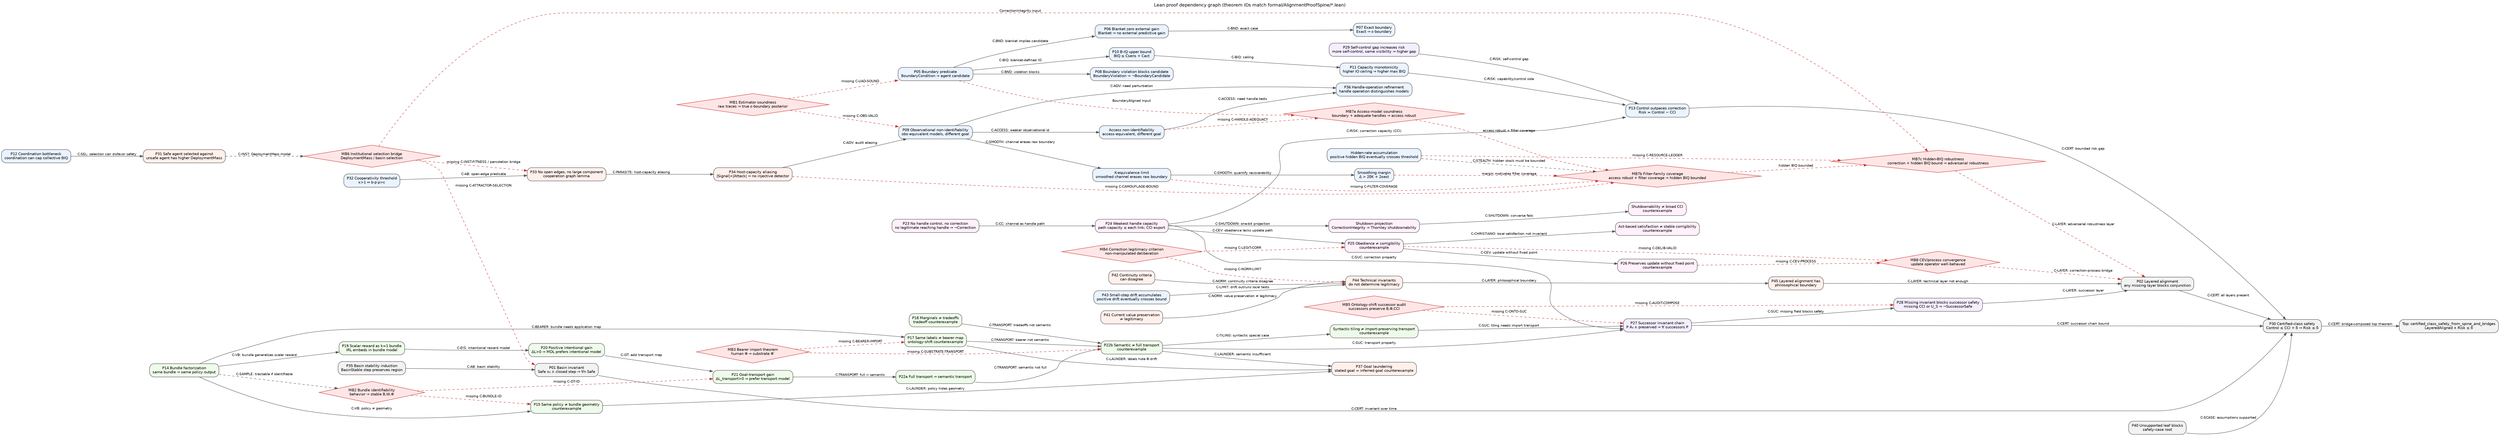
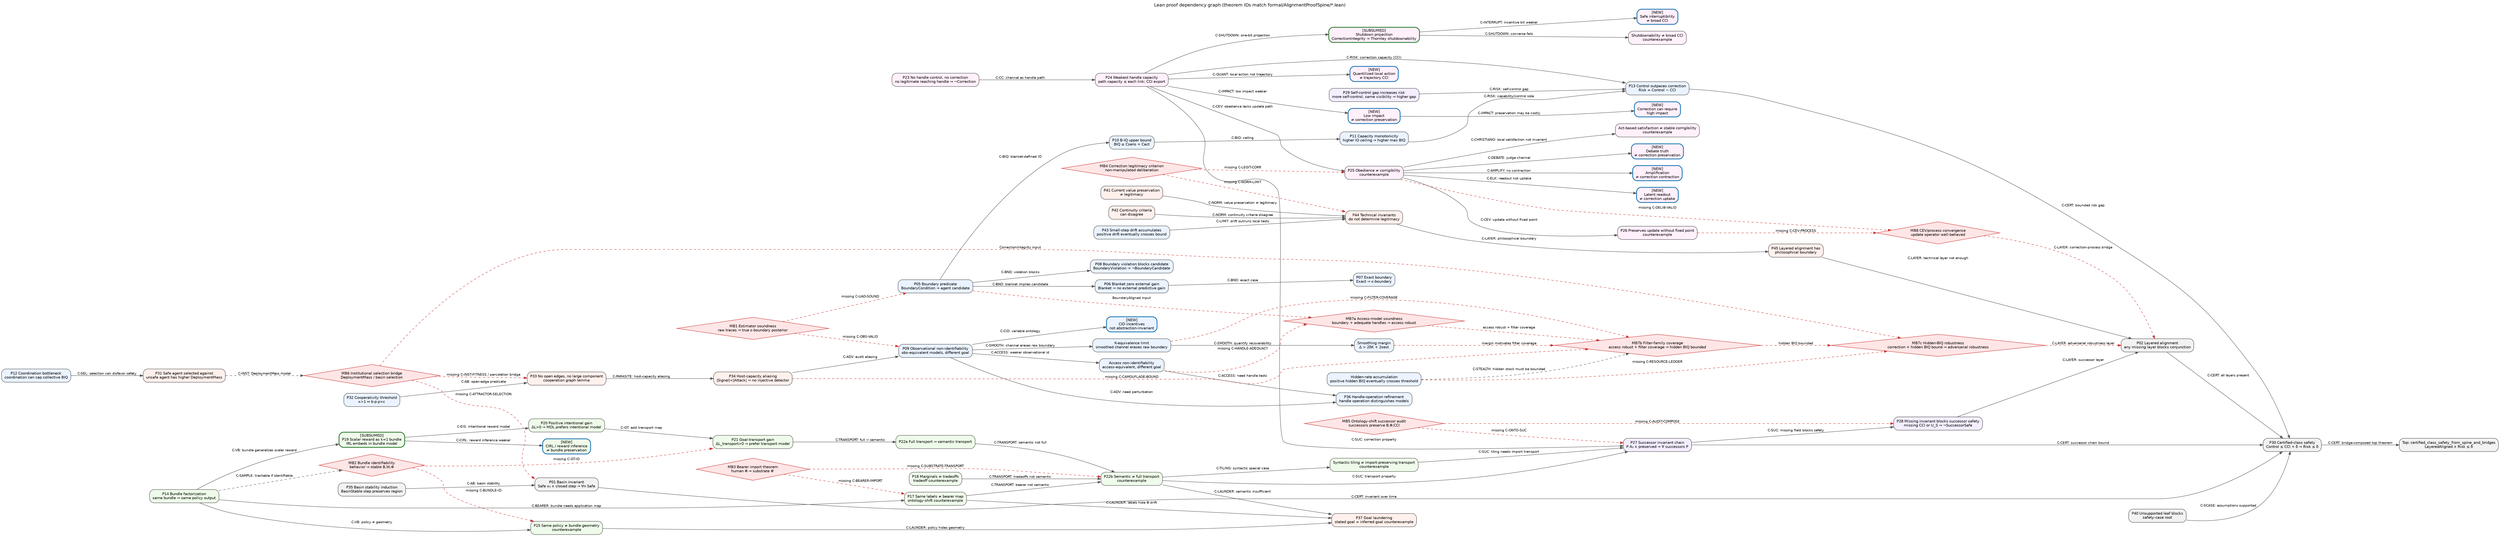
digraph LeanProofDependencies {
  graph [
    rankdir=LR,
    bgcolor="white",
    compound=false,
    splines=true,
    overlap=false,
    fontsize=12,
    fontname="Helvetica",
    label="Lean proof dependency graph (theorem IDs match formal/AlignmentProofSpine/*.lean)",
    labelloc="t"
  ];

  node [shape=box, style="rounded,filled", fontname="Helvetica", fontsize=10, color="#444444", fillcolor="#F8F8F8"];
  edge [fontname="Helvetica", fontsize=9, color="#555555", arrowsize=0.8];

  // Boundaries (ch6–7, 10, 36)
  P05 [label="P05 Boundary predicate\nBoundaryCondition ⇒ agent candidate", fillcolor="#EAF3FF"];
  P06 [label="P06 Blanket zero external gain\nBlanket ⇒ no external predictive gain", fillcolor="#EAF3FF"];
  P07 [label="P07 Exact boundary\nExact ⇒ ε-boundary", fillcolor="#EAF3FF"];
  P08 [label="P08 Boundary violation blocks candidate\nBoundaryViolation ⇒ ¬BoundaryCandidate", fillcolor="#EAF3FF"];
  P09 [label="P09 Observational non-identifiability\nobs-equivalent models, different goal", fillcolor="#EAF3FF"];
  P09A [label="Access non-identifiability\naccess-equivalent, different goal", fillcolor="#EAF3FF"];
+   PCID [label="[NEW]\nCID incentives\nnot abstraction-invariant", fillcolor="#EAF3FF", color="#1F77B4", penwidth=2.2];
  P09K [label="K-equivalence limit\nsmoothed channel erases raw boundary", fillcolor="#EAF3FF"];
  P36 [label="P36 Handle-operation refinement\nhandle operation distinguishes models", fillcolor="#EAF3FF"];
  P36M [label="Smoothing margin\nΔ > 2δK + 2εest", fillcolor="#EAF3FF"];

  // Capability (ch11–14, 33, 36)
  P10 [label="P10 B-IQ upper bound\nBIQ ≤ Csens + Cact", fillcolor="#EAF3FF"];
  P11 [label="P11 Capacity monotonicity\nhigher IO ceiling ⇒ higher max BIQ", fillcolor="#EAF3FF"];
  P12 [label="P12 Coordination bottleneck\ncoordination can cap collective BIQ", fillcolor="#EAF3FF"];
  P13 [label="P13 Control outpaces correction\nRisk = Control − CCI", fillcolor="#EAF3FF"];
  P32 [label="P32 Cooperativity threshold\nκ>1 ⇔ b·p·ρ>c", fillcolor="#EAF3FF"];
  P43 [label="P43 Small-step drift accumulates\npositive drift eventually crosses bound", fillcolor="#EAF3FF"];
  P43H [label="Hidden-rate accumulation\npositive hidden BIQ eventually crosses threshold", fillcolor="#EAF3FF"];

  // Bundles (ch15–23)
  P14 [label="P14 Bundle factorization\nsame bundle ⇒ same policy output", fillcolor="#EFFBEA"];
  P15 [label="P15 Same policy ≠ bundle geometry\ncounterexample", fillcolor="#EFFBEA"];
  P17 [label="P17 Same labels ≠ bearer map\nontology-shift counterexample", fillcolor="#EFFBEA"];
  P18 [label="P18 Marginals ≠ tradeoffs\ntradeoff counterexample", fillcolor="#EFFBEA"];
-   P19 [label="P19 Scalar reward as k=1 bundle\nIRL embeds in bundle model", fillcolor="#EFFBEA"];
+   P19 [label="[SUBSUMED]\nP19 Scalar reward as k=1 bundle\nIRL embeds in bundle model", fillcolor="#EFFBEA", color="#2E7D32", penwidth=2.2];
+   PCIRL [label="[NEW]\nCIRL / reward inference\n≠ bundle preservation", fillcolor="#EFFBEA", color="#1F77B4", penwidth=2.2];
  P20 [label="P20 Positive intentional gain\nΔL>0 ⇒ MDL prefers intentional model", fillcolor="#EFFBEA"];
  P21 [label="P21 Goal-transport gain\nΔL_transport>0 ⇒ prefer transport model", fillcolor="#EFFBEA"];
  P22a [label="P22a Full transport ⇒ semantic transport", fillcolor="#EFFBEA"];
  P22b [label="P22b Semantic ≠ full transport\ncounterexample", fillcolor="#EFFBEA"];
  P22T [label="Syntactic tiling ≠ import-preserving transport\ncounterexample", fillcolor="#EFFBEA"];

  // Correction (ch24–27)
  P23 [label="P23 No handle control, no correction\nno legitimate reaching handle ⇒ ¬Correction", fillcolor="#FFF0FB"];
  P24 [label="P24 Weakest handle capacity\npath capacity ≤ each link; CCI export", fillcolor="#FFF0FB"];
-   P24S [label="Shutdown projection\nCorrectionIntegrity ⇒ Thornley shutdownability", fillcolor="#FFF0FB"];
+   P24S [label="[SUBSUMED]\nShutdown projection\nCorrectionIntegrity ⇒ Thornley shutdownability", fillcolor="#FFF0FB", color="#2E7D32", penwidth=2.2];
  P24X [label="Shutdownability ≠ broad CCI\ncounterexample", fillcolor="#FFF0FB"];
+   P24I [label="[NEW]\nSafe interruptibility\n≠ broad CCI", fillcolor="#FFF0FB", color="#1F77B4", penwidth=2.2];
+   P24L [label="[NEW]\nLow impact\n≠ correction preservation", fillcolor="#FFF0FB", color="#1F77B4", penwidth=2.2];
+   P24H [label="[NEW]\nCorrection can require\nhigh impact", fillcolor="#FFF0FB", color="#1F77B4", penwidth=2.2];
+   P24Q [label="[NEW]\nQuantilized local action\n≠ trajectory CCI", fillcolor="#FFF0FB", color="#1F77B4", penwidth=2.2];
  P25 [label="P25 Obedience ≠ corrigibility\ncounterexample", fillcolor="#FFF0FB"];
  P25C [label="Act-based satisfaction ≠ stable corrigibility\ncounterexample", fillcolor="#FFF0FB"];
+   P25D [label="[NEW]\nDebate truth\n≠ correction preservation", fillcolor="#FFF0FB", color="#1F77B4", penwidth=2.2];
+   P25A [label="[NEW]\nAmplification\n≠ correction contraction", fillcolor="#FFF0FB", color="#1F77B4", penwidth=2.2];
+   P25E [label="[NEW]\nLatent readout\n≠ correction uptake", fillcolor="#FFF0FB", color="#1F77B4", penwidth=2.2];
  P26 [label="P26 Preserves update without fixed point\ncounterexample", fillcolor="#FFF0FB"];

  // Successors (ch28–31)
  P27 [label="P27 Successor invariant chain\nP A₀ ∧ preserved ⇒ ∀ successors P", fillcolor="#F4EEFF"];
  P28 [label="P28 Missing invariant blocks successor safety\nmissing CCI or U_S ⇒ ¬SuccessorSafe", fillcolor="#F4EEFF"];
  P29 [label="P29 Self-control gap increases risk\nmore self-control, same visibility ⇒ higher gap", fillcolor="#F4EEFF"];

  // Adversarial / socio-technical (ch32–37)
  P31 [label="P31 Safe agent selected against\nunsafe agent has higher DeploymentMass", fillcolor="#FFF0EC"];
  P33 [label="P33 No open edges, no large component\ncooperation graph lemma", fillcolor="#FFF0EC"];
  P34 [label="P34 Host-capacity aliasing\n|Signal|<|Attack| ⇒ no injective detector", fillcolor="#FFF0EC"];
  P37 [label="P37 Goal laundering\nstated goal = inferred goal counterexample", fillcolor="#FFF0EC"];

  // Philosophy (ch41–44)
  P41 [label="P41 Current value preservation\n≠ legitimacy", fillcolor="#FFF0EC"];
  P42 [label="P42 Continuity criteria\ncan disagree", fillcolor="#FFF0EC"];
  P44 [label="P44 Technical invariants\ndo not determine legitimacy", fillcolor="#FFF0EC"];
  P45 [label="P45 Layered alignment has\nphilosophical boundary", fillcolor="#FFF0EC"];

  // Certification (ch1–5, 35, 39, 44)
  P01 [label="P01 Basin invariant\nSafe x₀ ∧ closed step ⇒ ∀n Safe", fillcolor="#F2F2F2"];
  P35 [label="P35 Basin stability induction\nBasinStable step preserves region", fillcolor="#F2F2F2"];
  P02 [label="P02 Layered alignment\nany missing layer blocks conjunction", fillcolor="#F2F2F2"];
  P30 [label="P30 Certified-class safety\nControl ≤ CCI + δ ⇒ Risk ≤ δ", fillcolor="#F2F2F2"];
  P40 [label="P40 Unsupported leaf blocks\nsafety-case root", fillcolor="#F2F2F2"];
  P30T [label="Top: certified_class_safety_from_spine_and_bridges\nLayeredAligned ∧ Risk ≤ δ", fillcolor="#F2F2F2"];

  // Bridge assumptions (MB1–MB8; MB7 split)
  MB1 [shape=diamond, style="filled", fillcolor="#FFE6E6", color="#CC3333", label="MB1 Estimator soundness\nraw traces ⇒ true ε-boundary posterior"];
  MB2 [shape=diamond, style="filled", fillcolor="#FFE6E6", color="#CC3333", label="MB2 Bundle identifiability\nbehavior ⇒ stable B,W,Φ"];
  MB3 [shape=diamond, style="filled", fillcolor="#FFE6E6", color="#CC3333", label="MB3 Bearer import theorem\nhuman Φ ⇒ substrate Φ′"];
  MB4 [shape=diamond, style="filled", fillcolor="#FFE6E6", color="#CC3333", label="MB4 Correction legitimacy criterion\nnon-manipulated deliberation"];
  MB5 [shape=diamond, style="filled", fillcolor="#FFE6E6", color="#CC3333", label="MB5 Ontology-shift successor audit\nsuccessors preserve B,Φ,CCI"];
  MB6 [shape=diamond, style="filled", fillcolor="#FFE6E6", color="#CC3333", label="MB6 Institutional selection bridge\nDeploymentMass / basin selection"];
  MB7a [shape=diamond, style="filled", fillcolor="#FFE6E6", color="#CC3333", label="MB7a Access-model soundness\nboundary + adequate handles ⇒ access robust"];
  MB7b [shape=diamond, style="filled", fillcolor="#FFE6E6", color="#CC3333", label="MB7b Filter-family coverage\naccess robust + filter coverage ⇒ hidden BIQ bounded"];
  MB7c [shape=diamond, style="filled", fillcolor="#FFE6E6", color="#CC3333", label="MB7c Hidden-BIQ robustness\ncorrection + hidden BIQ bound ⇒ adversarial robustness"];
  MB8 [shape=diamond, style="filled", fillcolor="#FFE6E6", color="#CC3333", label="MB8 CEV/process convergence\nupdate operator well-behaved"];

  // Boundary chain
  P05 -> P06 [label="C-BND: blanket implies candidate"];
  P06 -> P07 [label="C-BND: exact case"];
  P05 -> P08 [label="C-BND: violation blocks"];
  P05 -> P10 [label="C-BIQ: blanket-defined IO"];
  P10 -> P11 [label="C-BIQ: ceiling"];
  P11 -> P13 [label="C-RISK: capability/control side"];

  // Bundle / transport chain
  P14 -> P19 [label="C-VB: bundle generalizes scalar reward"];
+   P19 -> PCIRL [label="C-CIRL: reward inference weaker"];
  P14 -> P15 [label="C-VB: policy ≠ geometry"];
  P14 -> P17 [label="C-BEARER: bundle needs application map"];
  P20 -> P21 [label="C-GT: add transport map"];
  P19 -> P20 [label="C-EIS: intentional reward model"];
  P21 -> P22a [label="C-TRANSPORT: full ⇒ semantic"];
  P22a -> P22b [label="C-TRANSPORT: semantic not full"];
  P22b -> P22T [label="C-TILING: syntactic special case"];
  P17 -> P22b [label="C-TRANSPORT: bearer not semantic"];
  P18 -> P22b [label="C-TRANSPORT: tradeoffs not semantic"];
  P15 -> P37 [label="C-LAUNDER: policy hides geometry"];
  P17 -> P37 [label="C-LAUNDER: labels hide Φ drift"];
  P22b -> P37 [label="C-LAUNDER: semantic insufficient"];
  P14 -> MB2 [label="C-SAMPLE: tractable if identifiable", style=dashed];

  // Correction chain (handle-controlled)
  P23 -> P24 [label="C-CC: channel as handle path"];
  P24 -> P24S [label="C-SHUTDOWN: one-bit projection"];
  P24S -> P24X [label="C-SHUTDOWN: converse fails"];
+   P24S -> P24I [label="C-INTERRUPT: incentive bit weaker"];
+   P24 -> P24L [label="C-IMPACT: low impact weaker"];
+   P24L -> P24H [label="C-IMPACT: preservation may be costly"];
+   P24 -> P24Q [label="C-QUANT: local action not trajectory"];
  P24 -> P25 [label="C-CEV: obedience lacks update path"];
  P25 -> P25C [label="C-CHRISTIANO: local satisfaction not invariant"];
+   P25 -> P25D [label="C-DEBATE: judge channel"];
+   P25 -> P25A [label="C-AMPLIFY: no contraction"];
+   P25 -> P25E [label="C-ELK: readout not uptake"];
  P24 -> P13 [label="C-RISK: correction capacity (CCI)"];
  P25 -> P26 [label="C-CEV: update without fixed point"];
  P22T -> P27 [label="C-SUC: tiling needs import transport"];
  P22b -> P27 [label="C-SUC: transport property"];
  P24 -> P27 [label="C-SUC: correction property"];
  P27 -> P28 [label="C-SUC: missing field blocks safety"];
  P28 -> P02 [label="C-LAYER: successor layer"];
  P29 -> P13 [label="C-RISK: self-control gap"];

  // Adversarial measurement
  P09 -> P09A [label="C-ACCESS: weaker observational id"];
+   P09 -> PCID [label="C-CID: variable ontology"];
  P09 -> P36 [label="C-ADV: need perturbation"];
  P09A -> P36 [label="C-ACCESS: need handle tests"];
  P09 -> P09K [label="C-SMOOTH: channel erases raw boundary"];
  P09K -> P36M [label="C-SMOOTH: quantify recoverability"];
  P34 -> P09 [label="C-ADV: audit aliasing"];
  P43H -> MB7b [label="C-STEALTH: hidden stock must be bounded", style=dashed];

  // MB7 bridge chain (matches certified_class_safety_from_spine_and_bridges)
  MB7a -> MB7b [label="access robust + filter coverage", style=dashed, color="#CC3333"];
  MB7b -> MB7c [label="hidden BIQ bounded", style=dashed, color="#CC3333"];
  MB6 -> MB7c [label="CorrectionIntegrity input", style=dashed, color="#CC3333"];
  MB7c -> P02 [label="C-LAYER: adversarial robustness layer", style=dashed, color="#CC3333"];

  // Socio-technical selection
  P12 -> P31 [label="C-SEL: selection can disfavor safety"];
  P31 -> MB6 [label="C-INST: DeploymentMass model", style=dashed];
  P32 -> P33 [label="C-AB: open-edge predicate"];
  P33 -> P34 [label="C-PARASITE: host-capacity aliasing"];

  // Philosophy limits
  P43 -> P44 [label="C-LIMIT: drift outruns local tests"];
  P41 -> P44 [label="C-NORM: value preservation ≠ legitimacy"];
  P42 -> P44 [label="C-NORM: continuity criteria disagree"];
  P44 -> P45 [label="C-LAYER: philosophical boundary"];
  P45 -> P02 [label="C-LAYER: technical layer not enough"];

  // Certification top
  P35 -> P01 [label="C-AB: basin stability"];
  P01 -> P30 [label="C-CERT: invariant over time"];
  P02 -> P30 [label="C-CERT: all layers present"];
  P13 -> P30 [label="C-CERT: bounded risk gap"];
  P27 -> P30 [label="C-CERT: successor chain bound"];
  P40 -> P30 [label="C-SCASE: assumptions supported"];
  P30 -> P30T [label="C-CERT: bridge-composed top theorem"];
  MB8 -> P02 [label="C-LAYER: correction-process bridge", style=dashed, color="#CC3333"];

  // Bridge gaps into structure
  MB1 -> P05 [label="missing C-UAD-SOUND", style=dashed, color="#CC3333"];
  MB1 -> P09 [label="missing C-OBS-VALID", style=dashed, color="#CC3333"];
  MB2 -> P15 [label="missing C-BUNDLE-ID", style=dashed, color="#CC3333"];
  MB2 -> P21 [label="missing C-GT-ID", style=dashed, color="#CC3333"];
  MB3 -> P17 [label="missing C-BEARER-IMPORT", style=dashed, color="#CC3333"];
  MB3 -> P22b [label="missing C-SUBSTRATE-TRANSPORT", style=dashed, color="#CC3333"];
  MB4 -> P25 [label="missing C-LEGIT-CORR", style=dashed, color="#CC3333"];
  MB4 -> P44 [label="missing C-NORM-LIMIT", style=dashed, color="#CC3333"];
  MB5 -> P27 [label="missing C-ONTO-SUC", style=dashed, color="#CC3333"];
  MB5 -> P28 [label="missing C-AUDIT-COMPOSE", style=dashed, color="#CC3333"];
  MB6 -> P33 [label="missing C-INST-FITNESS / percolation bridge", style=dashed, color="#CC3333"];
  MB6 -> P01 [label="missing C-ATTRACTOR-SELECTION", style=dashed, color="#CC3333"];
  P05 -> MB7a [label="BoundaryAligned input", style=dashed, color="#CC3333"];
  P09A -> MB7a [label="missing C-HANDLE-ADEQUACY", style=dashed, color="#CC3333"];
  P36M -> MB7b [label="margin motivates filter coverage", style=dashed, color="#CC3333"];
  P09K -> MB7b [label="missing C-FILTER-COVERAGE", style=dashed, color="#CC3333"];
  P34 -> MB7b [label="missing C-CAMOUFLAGE-BOUND", style=dashed, color="#CC3333"];
  P43H -> MB7c [label="missing C-RESOURCE-LEDGER", style=dashed, color="#CC3333"];
  P26 -> MB8 [label="missing C-CEV-PROCESS", style=dashed, color="#CC3333"];
  P25 -> MB8 [label="missing C-DELIB-VALID", style=dashed, color="#CC3333"];
}
